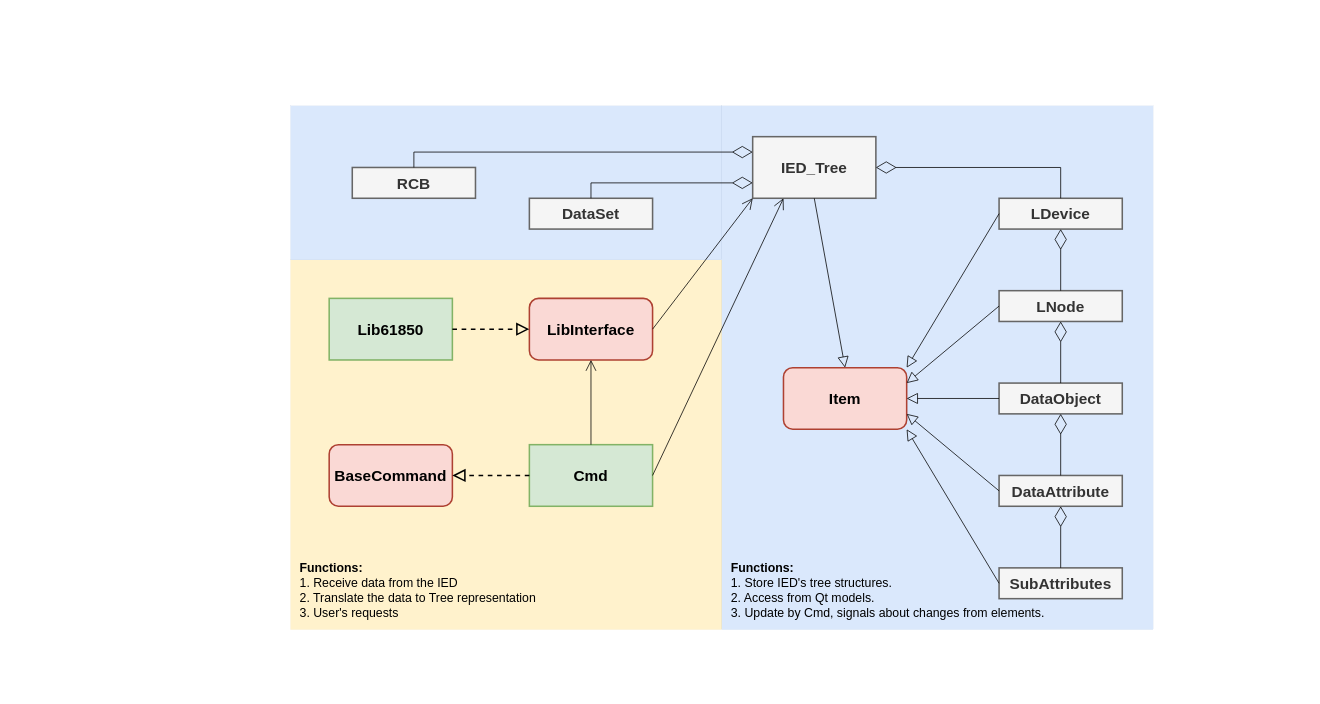
The draw.io diagram page "OOD" (11 of 12) of docs/Architecture.drawio in Rustam12345m/IEDClient, before the edit. Source tidied: cells renumbered, new cells numbered last; positions are measured from the earlier drawing's top-left corner, leaving out a move shared by most shapes. Both pictures are drawn from the tidied source at 77%, with x=0, y=0 at pixel (290, 105).
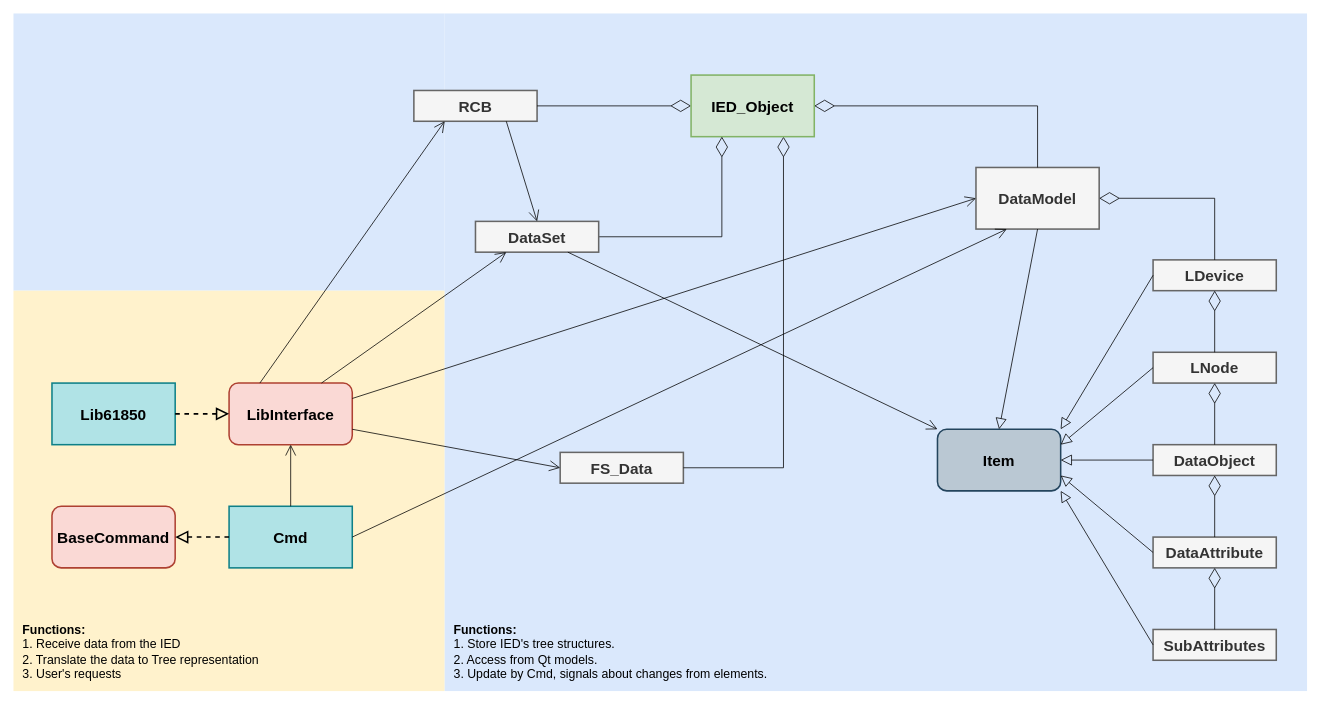
The same diagram, later.

The edit, as a diff of the source:
```diff
@@
+    <mxCell id="36" style="rounded=0;whiteSpace=wrap;html=1;fillColor=#dae8fc;strokeColor=none;verticalAlign=bottom;align=left;spacingRight=0;fontSize=16;spacingLeft=10;spacingBottom=10;strokeWidth=0;" parent="1" vertex="1">
+      <mxGeometry x="-360" y="-120" width="560" height="360" as="geometry" />
+    </mxCell>
-    <mxCell id="2" value="&lt;b&gt;Functions:&lt;/b&gt;&lt;br&gt;1. Receive data from the IED&lt;br&gt;2. Translate the data to Tree representation&lt;br&gt;3. User's requests" style="rounded=0;whiteSpace=wrap;html=1;fillColor=#fff2cc;strokeColor=#d6b656;verticalAlign=bottom;align=left;spacingRight=0;fontSize=16;spacingLeft=10;spacingBottom=10;strokeWidth=0;" parent="1" vertex="1">
-      <mxGeometry y="200" width="560" height="480" as="geometry" />
+    <mxCell id="2" value="&lt;b&gt;Functions:&lt;/b&gt;&lt;br&gt;1. Receive data from the IED&lt;br&gt;2. Translate the data to Tree representation&lt;br&gt;3. User's requests" style="rounded=0;whiteSpace=wrap;html=1;fillColor=#fff2cc;strokeColor=none;verticalAlign=bottom;align=left;spacingRight=0;fontSize=16;spacingLeft=10;spacingBottom=10;strokeWidth=0;" parent="1" vertex="1">
+      <mxGeometry x="-360" y="240" width="560" height="520" as="geometry" />
     </mxCell>
-    <mxCell id="3" style="rounded=0;whiteSpace=wrap;html=1;fillColor=#dae8fc;strokeColor=#6c8ebf;verticalAlign=bottom;align=left;spacingRight=0;fontSize=16;spacingLeft=10;spacingBottom=10;strokeWidth=0;" parent="1" vertex="1">
-      <mxGeometry width="560" height="200" as="geometry" />
-    </mxCell>
+    <mxCell id="37" style="edgeStyle=orthogonalEdgeStyle;rounded=0;jettySize=auto;html=1;" parent="1" edge="1" target="5">
+      <mxGeometry relative="1" as="geometry">
+        <mxPoint x="760" y="320" as="sourcePoint" />
+      </mxGeometry>
+    </mxCell>
-    <mxCell id="4" value="&lt;font style=&quot;font-size: 16px;&quot;&gt;&lt;br style=&quot;font-size: 16px;&quot;&gt;&lt;b style=&quot;font-size: 16px;&quot;&gt;Functions:&lt;br style=&quot;font-size: 16px;&quot;&gt;&lt;/b&gt;1. Store IED's tree structures.&lt;br style=&quot;font-size: 16px;&quot;&gt;2. Access from Qt models.&lt;br style=&quot;font-size: 16px;&quot;&gt;3. Update by Cmd, signals about changes from elements.&lt;/font&gt;" style="rounded=0;whiteSpace=wrap;html=1;fillColor=#dae8fc;strokeColor=#6c8ebf;verticalAlign=bottom;align=left;spacingRight=0;fontSize=16;spacingLeft=10;spacingBottom=10;strokeWidth=0;" parent="1" vertex="1">
-      <mxGeometry x="560" width="560" height="680" as="geometry" />
+    <mxCell id="4" value="&lt;font style=&quot;font-size: 16px;&quot;&gt;&lt;br style=&quot;font-size: 16px;&quot;&gt;&lt;b style=&quot;font-size: 16px;&quot;&gt;Functions:&lt;br style=&quot;font-size: 16px;&quot;&gt;&lt;/b&gt;1. Store IED's tree structures.&lt;br style=&quot;font-size: 16px;&quot;&gt;2. Access from Qt models.&lt;br style=&quot;font-size: 16px;&quot;&gt;3. Update by Cmd, signals about changes from elements.&lt;/font&gt;" style="rounded=0;whiteSpace=wrap;html=1;fillColor=#dae8fc;strokeColor=none;verticalAlign=bottom;align=left;spacingRight=0;fontSize=16;spacingLeft=10;spacingBottom=10;strokeWidth=0;" parent="1" vertex="1">
+      <mxGeometry x="200" y="-120" width="1120" height="880" as="geometry" />
     </mxCell>
-    <mxCell id="5" value="IED_Tree" style="rounded=0;whiteSpace=wrap;html=1;fontSize=20;fontStyle=1;strokeWidth=2;fillColor=#f5f5f5;fontColor=#333333;strokeColor=#666666;" parent="1" vertex="1">
-      <mxGeometry x="600" y="40" width="160" height="80" as="geometry" />
+    <mxCell id="5" value="DataModel" style="rounded=0;whiteSpace=wrap;html=1;fontSize=20;fontStyle=1;strokeWidth=2;fillColor=#f5f5f5;fontColor=#333333;strokeColor=#666666;" parent="1" vertex="1">
+      <mxGeometry x="890" y="80" width="160" height="80" as="geometry" />
     </mxCell>
     <mxCell id="6" value="LDevice" style="rounded=0;whiteSpace=wrap;html=1;fontSize=20;fontStyle=1;strokeWidth=2;fillColor=#f5f5f5;fontColor=#333333;strokeColor=#666666;" parent="1" vertex="1">
-      <mxGeometry x="920" y="120" width="160" height="40" as="geometry" />
+      <mxGeometry x="1120" y="200" width="160" height="40" as="geometry" />
     </mxCell>
     <mxCell id="7" value="LNode" style="rounded=0;whiteSpace=wrap;html=1;fontSize=20;fontStyle=1;strokeWidth=2;fillColor=#f5f5f5;fontColor=#333333;strokeColor=#666666;" parent="1" vertex="1">
-      <mxGeometry x="920" y="240" width="160" height="40" as="geometry" />
+      <mxGeometry x="1120" y="320" width="160" height="40" as="geometry" />
     </mxCell>
     <mxCell id="8" value="DataObject" style="rounded=0;whiteSpace=wrap;html=1;fontSize=20;fontStyle=1;strokeWidth=2;fillColor=#f5f5f5;fontColor=#333333;strokeColor=#666666;" parent="1" vertex="1">
-      <mxGeometry x="920" y="360" width="160" height="40" as="geometry" />
+      <mxGeometry x="1120" y="440" width="160" height="40" as="geometry" />
     </mxCell>
     <mxCell id="9" value="DataAttribute" style="rounded=0;whiteSpace=wrap;html=1;fontSize=20;fontStyle=1;strokeWidth=2;fillColor=#f5f5f5;fontColor=#333333;strokeColor=#666666;" parent="1" vertex="1">
-      <mxGeometry x="920" y="480" width="160" height="40" as="geometry" />
+      <mxGeometry x="1120" y="560" width="160" height="40" as="geometry" />
     </mxCell>
     <mxCell id="10" value="SubAttributes" style="rounded=0;whiteSpace=wrap;html=1;fontSize=20;fontStyle=1;strokeWidth=2;fillColor=#f5f5f5;fontColor=#333333;strokeColor=#666666;" parent="1" vertex="1">
-      <mxGeometry x="920" y="600" width="160" height="40" as="geometry" />
+      <mxGeometry x="1120" y="680" width="160" height="40" as="geometry" />
     </mxCell>
-    <mxCell id="11" value="DataSet" style="rounded=0;whiteSpace=wrap;html=1;fontSize=20;fontStyle=1;strokeWidth=2;fillColor=#f5f5f5;fontColor=#333333;strokeColor=#666666;" parent="1" vertex="1">
-      <mxGeometry x="310" y="120" width="160" height="40" as="geometry" />
+    <mxCell id="11" value="FS_Data" style="rounded=0;whiteSpace=wrap;html=1;fontSize=20;fontStyle=1;strokeWidth=2;fillColor=#f5f5f5;fontColor=#333333;strokeColor=#666666;" parent="1" vertex="1">
+      <mxGeometry x="350" y="450" width="160" height="40" as="geometry" />
     </mxCell>
     <mxCell id="12" value="RCB" style="rounded=0;whiteSpace=wrap;html=1;fontSize=20;fontStyle=1;strokeWidth=2;fillColor=#f5f5f5;fontColor=#333333;strokeColor=#666666;" parent="1" vertex="1">
-      <mxGeometry x="80" y="80" width="160" height="40" as="geometry" />
+      <mxGeometry x="160" y="-20" width="160" height="40" as="geometry" />
     </mxCell>
-    <mxCell id="13" value="Item" style="rounded=1;whiteSpace=wrap;html=1;fontSize=20;fontStyle=1;strokeWidth=2;glass=0;shadow=0;fillColor=#fad9d5;strokeColor=#ae4132;" parent="1" vertex="1">
-      <mxGeometry x="640" y="340" width="160" height="80" as="geometry" />
+    <mxCell id="13" value="Item" style="rounded=1;whiteSpace=wrap;html=1;fontSize=20;fontStyle=1;strokeWidth=2;glass=0;shadow=0;fillColor=#bac8d3;strokeColor=#23445d;" parent="1" vertex="1">
+      <mxGeometry x="840" y="420" width="160" height="80" as="geometry" />
     </mxCell>
@@
-    <mxCell id="25" style="endArrow=diamondThin;endFill=0;endSize=24;html=1;rounded=0;entryX=0;entryY=0.25;entryDx=0;entryDy=0;exitX=0.5;exitY=0;exitDx=0;exitDy=0;edgeStyle=orthogonalEdgeStyle;" parent="1" edge="1" source="12" target="5">
+    <mxCell id="25" style="endArrow=diamondThin;endFill=0;endSize=24;html=1;rounded=0;entryX=0;entryY=0.5;entryDx=0;entryDy=0;exitX=1;exitY=0.5;exitDx=0;exitDy=0;edgeStyle=orthogonalEdgeStyle;" parent="1" edge="1" source="12" target="38">
       <mxGeometry relative="1" as="geometry" />
     </mxCell>
-    <mxCell id="26" style="endArrow=diamondThin;endFill=0;endSize=24;html=1;rounded=0;entryX=0;entryY=0.75;entryDx=0;entryDy=0;exitX=0.5;exitY=0;exitDx=0;exitDy=0;edgeStyle=orthogonalEdgeStyle;" parent="1" edge="1" source="11" target="5">
-      <mxGeometry relative="1" as="geometry" />
+    <mxCell id="26" style="endArrow=diamondThin;endFill=0;endSize=24;html=1;rounded=0;entryX=0.75;entryY=1;entryDx=0;entryDy=0;exitX=1;exitY=0.5;exitDx=0;exitDy=0;edgeStyle=orthogonalEdgeStyle;" parent="1" edge="1" source="11" target="38">
+      <mxGeometry relative="1" as="geometry">
+        <Array as="points">
+          <mxPoint x="640" y="470" />
+        </Array>
+      </mxGeometry>
     </mxCell>
     <mxCell id="27" value="LibInterface" style="rounded=1;whiteSpace=wrap;html=1;fontSize=20;fontStyle=1;strokeWidth=2;fillColor=#fad9d5;strokeColor=#ae4132;" parent="1" vertex="1">
-      <mxGeometry x="310" y="250" width="160" height="80" as="geometry" />
+      <mxGeometry x="-80" y="360" width="160" height="80" as="geometry" />
     </mxCell>
-    <mxCell id="28" value="Lib61850" style="rounded=0;whiteSpace=wrap;html=1;strokeWidth=2;fontStyle=1;fontSize=20;fillColor=#d5e8d4;strokeColor=#82b366;" parent="1" vertex="1">
-      <mxGeometry x="50" y="250" width="160" height="80" as="geometry" />
+    <mxCell id="28" value="Lib61850" style="rounded=0;whiteSpace=wrap;html=1;strokeWidth=2;fontStyle=1;fontSize=20;fillColor=#b0e3e6;strokeColor=#0e8088;" parent="1" vertex="1">
+      <mxGeometry x="-310" y="360" width="160" height="80" as="geometry" />
     </mxCell>
@@
-    <mxCell id="30" style="endArrow=open;endFill=1;endSize=12;html=1;rounded=0;exitX=1;exitY=0.5;exitDx=0;exitDy=0;entryX=0;entryY=1;entryDx=0;entryDy=0;strokeWidth=1;" parent="1" edge="1" source="27" target="5">
+    <mxCell id="30" style="endArrow=open;endFill=1;endSize=12;html=1;rounded=0;exitX=1;exitY=0.25;exitDx=0;exitDy=0;entryX=0;entryY=0.5;entryDx=0;entryDy=0;strokeWidth=1;" parent="1" edge="1" source="27" target="5">
       <mxGeometry relative="1" as="geometry" />
     </mxCell>
     <mxCell id="31" value="BaseCommand" style="rounded=1;whiteSpace=wrap;html=1;fontSize=20;fontStyle=1;strokeWidth=2;fillColor=#fad9d5;strokeColor=#ae4132;" parent="1" vertex="1">
-      <mxGeometry x="50" y="440" width="160" height="80" as="geometry" />
+      <mxGeometry x="-310" y="520" width="160" height="80" as="geometry" />
     </mxCell>
-    <mxCell id="32" value="Cmd" style="rounded=0;whiteSpace=wrap;html=1;strokeWidth=2;fontStyle=1;fontSize=20;fillColor=#d5e8d4;strokeColor=#82b366;" parent="1" vertex="1">
-      <mxGeometry x="310" y="440" width="160" height="80" as="geometry" />
+    <mxCell id="32" value="Cmd" style="rounded=0;whiteSpace=wrap;html=1;strokeWidth=2;fontStyle=1;fontSize=20;fillColor=#b0e3e6;strokeColor=#0e8088;" parent="1" vertex="1">
+      <mxGeometry x="-80" y="520" width="160" height="80" as="geometry" />
     </mxCell>
@@
+    <mxCell id="38" value="IED_Object" style="rounded=0;whiteSpace=wrap;html=1;fontSize=20;fontStyle=1;strokeWidth=2;fillColor=#d5e8d4;strokeColor=#82b366;" parent="1" vertex="1">
+      <mxGeometry x="520" y="-40" width="160" height="80" as="geometry" />
+    </mxCell>
+    <mxCell id="39" style="endArrow=diamondThin;endFill=0;endSize=24;html=1;rounded=0;entryX=1;entryY=0.5;entryDx=0;entryDy=0;edgeStyle=orthogonalEdgeStyle;exitX=0.5;exitY=0;exitDx=0;exitDy=0;" parent="1" edge="1" source="5" target="38">
+      <mxGeometry relative="1" as="geometry" />
+    </mxCell>
+    <mxCell id="40" style="edgeStyle=orthogonalEdgeStyle;rounded=0;jettySize=auto;html=1;exitX=1;exitY=0.5;exitDx=0;exitDy=0;entryX=0.25;entryY=1;entryDx=0;entryDy=0;endArrow=diamondThin;endFill=0;endSize=24;" parent="1" edge="1" source="41" target="38">
+      <mxGeometry relative="1" as="geometry" />
+    </mxCell>
+    <mxCell id="41" value="DataSet" style="rounded=0;whiteSpace=wrap;html=1;fontSize=20;fontStyle=1;strokeWidth=2;fillColor=#f5f5f5;fontColor=#333333;strokeColor=#666666;" parent="1" vertex="1">
+      <mxGeometry x="240" y="150" width="160" height="40" as="geometry" />
+    </mxCell>
+    <mxCell id="42" style="endArrow=open;endFill=1;endSize=12;html=1;rounded=0;entryX=0;entryY=0.5;entryDx=0;entryDy=0;exitX=1;exitY=0.75;exitDx=0;exitDy=0;" parent="1" edge="1" source="27" target="11">
+      <mxGeometry relative="1" as="geometry" />
+    </mxCell>
+    <mxCell id="43" style="endArrow=open;endFill=1;endSize=12;html=1;rounded=0;exitX=0.75;exitY=0;exitDx=0;exitDy=0;entryX=0.25;entryY=1;entryDx=0;entryDy=0;" parent="1" edge="1" source="27" target="41">
+      <mxGeometry relative="1" as="geometry" />
+    </mxCell>
+    <mxCell id="44" style="endArrow=open;endFill=1;endSize=12;html=1;rounded=0;exitX=0.25;exitY=0;exitDx=0;exitDy=0;entryX=0.25;entryY=1;entryDx=0;entryDy=0;" parent="1" edge="1" source="27" target="12">
+      <mxGeometry relative="1" as="geometry" />
+    </mxCell>
+    <mxCell id="45" style="endArrow=open;endFill=1;endSize=12;html=1;rounded=0;exitX=0.75;exitY=1;exitDx=0;exitDy=0;entryX=0;entryY=0;entryDx=0;entryDy=0;" parent="1" edge="1" source="41" target="13">
+      <mxGeometry relative="1" as="geometry" />
+    </mxCell>
+    <mxCell id="46" style="endArrow=open;endFill=1;endSize=12;html=1;rounded=0;exitX=0.75;exitY=1;exitDx=0;exitDy=0;entryX=0.5;entryY=0;entryDx=0;entryDy=0;" parent="1" edge="1" source="12" target="41">
+      <mxGeometry relative="1" as="geometry" />
+    </mxCell>
```
